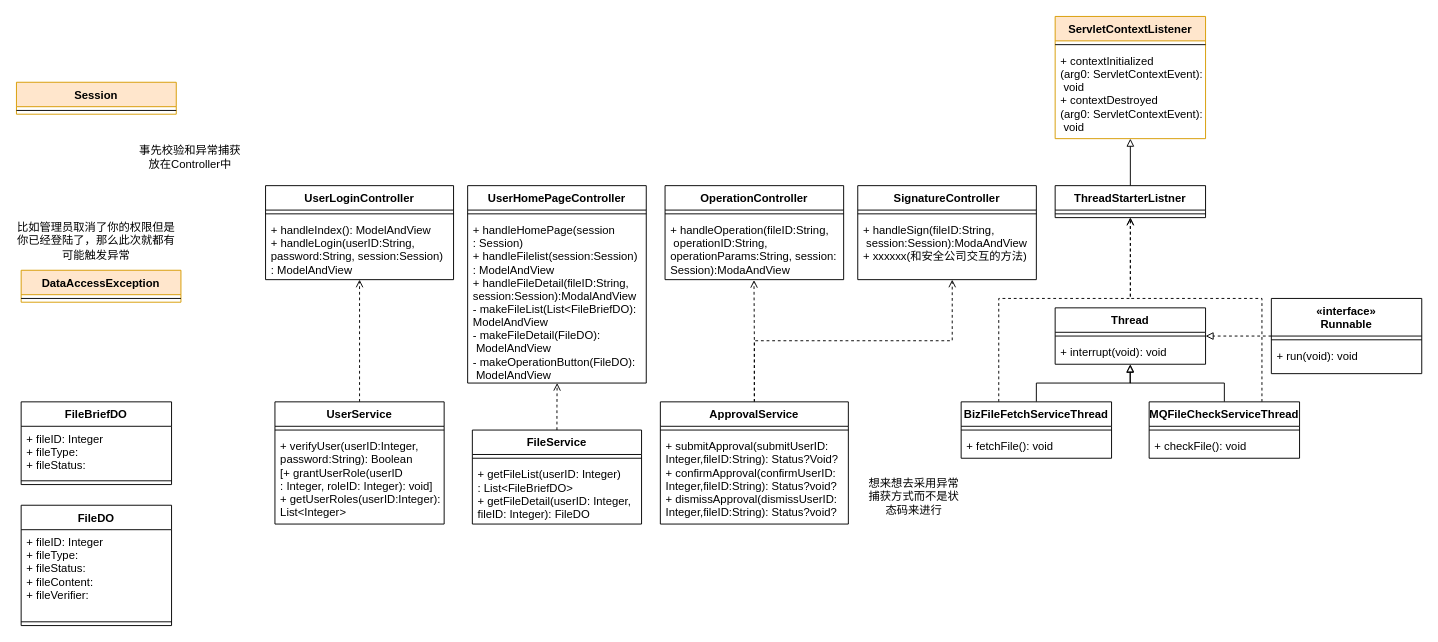
Above: 类图.drawio in CTmH/PaperlessBusiness (draw.io), before the change. Source tidied: cells renumbered, new cells numbered last; positions are measured from the earlier drawing's top-left corner, leaving out a move shared by most shapes. Both pictures are drawn from the tidied source at 94%, with x=0, y=0 at pixel (16, 16).
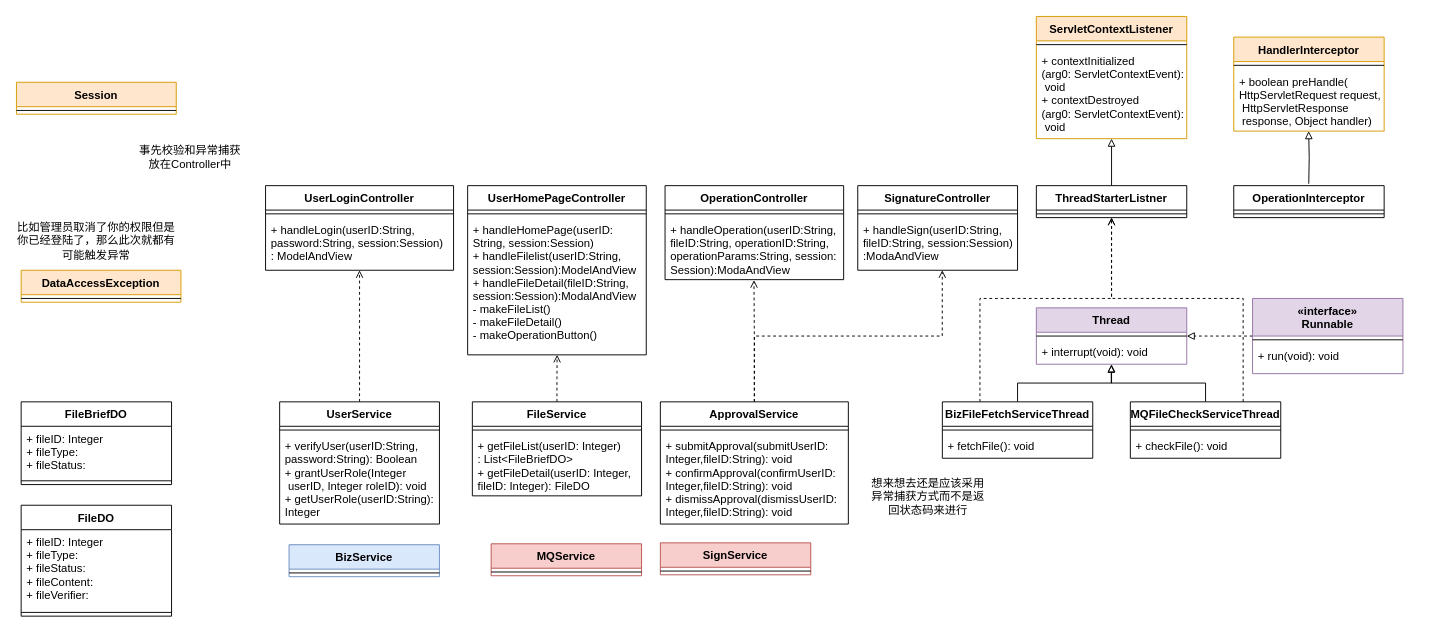
After the change.

The change refers to these unchanged cells:
```xml
<mxCell id="8" value="OperationController" style="swimlane;fontStyle=1;align=center;verticalAlign=top;horizontal=1;startSize=26;" parent="1" vertex="1">
  <mxGeometry x="690" y="180" width="190" height="100" as="geometry" />
</mxCell>
<mxCell id="35" value="ApprovalService" style="swimlane;fontStyle=1;align=center;verticalAlign=top;horizontal=1;startSize=26;" parent="1" vertex="1">
  <mxGeometry x="685" y="410" width="200" height="130" as="geometry" />
</mxCell>
```

What changed in the source:
```diff
@@
     <mxCell id="2" value="UserLoginController" style="swimlane;fontStyle=1;align=center;verticalAlign=top;horizontal=1;startSize=26;" parent="1" vertex="1">
-      <mxGeometry x="265" y="180" width="200" height="100" as="geometry" />
+      <mxGeometry x="265" y="180" width="200" height="90" as="geometry" />
     </mxCell>
@@
-    <mxCell id="4" value="+ handleIndex(): ModelAndView&#10;+ handleLogin(userID:String,&#10;password:String, session:Session)&#10;: ModelAndView" style="text;strokeColor=none;fillColor=none;align=left;verticalAlign=top;spacingLeft=4;spacingRight=4;overflow=hidden;" parent="2" vertex="1">
-      <mxGeometry y="34" width="200" height="66" as="geometry" />
+    <mxCell id="4" value="+ handleLogin(userID:String,&#10;password:String, session:Session)&#10;: ModelAndView" style="text;strokeColor=none;fillColor=none;align=left;verticalAlign=top;spacingLeft=4;spacingRight=4;overflow=hidden;" parent="2" vertex="1">
+      <mxGeometry y="34" width="200" height="56" as="geometry" />
     </mxCell>
     <mxCell id="5" value="UserHomePageController" style="swimlane;fontStyle=1;align=center;verticalAlign=top;horizontal=1;startSize=26;" parent="1" vertex="1">
-      <mxGeometry x="480" y="180" width="190" height="210" as="geometry" />
+      <mxGeometry x="480" y="180" width="190" height="180" as="geometry" />
     </mxCell>
@@
-    <mxCell id="7" value="+ handleHomePage(session&#10;: Session)&#10;+ handleFilelist(session:Session)&#10;: ModelAndView&#10;+ handleFileDetail(fileID:String,&#10;session:Session):ModalAndView&#10;- makeFileList(List&lt;FileBriefDO):&#10;ModelAndView&#10;- makeFileDetail(FileDO):&#10; ModelAndView&#10;- makeOperationButton(FileDO):&#10; ModelAndView" style="text;strokeColor=none;fillColor=none;align=left;verticalAlign=top;spacingLeft=4;spacingRight=4;overflow=hidden;points=[[0,0.5],[1,0.5]];portConstraint=eastwest;" parent="5" vertex="1">
-      <mxGeometry y="34" width="190" height="176" as="geometry" />
+    <mxCell id="7" value="+ handleHomePage(userID:&#10;String, session:Session)&#10;+ handleFilelist(userID:String,&#10;session:Session):ModelAndView&#10;+ handleFileDetail(fileID:String,&#10;session:Session):ModalAndView&#10;- makeFileList()&#10;- makeFileDetail()&#10;- makeOperationButton()" style="text;strokeColor=none;fillColor=none;align=left;verticalAlign=top;spacingLeft=4;spacingRight=4;overflow=hidden;points=[[0,0.5],[1,0.5]];portConstraint=eastwest;" parent="5" vertex="1">
+      <mxGeometry y="34" width="190" height="146" as="geometry" />
     </mxCell>
@@
-    <mxCell id="10" value="+ handleOperation(fileID:String,&#10; operationID:String,&#10;operationParams:String, session:&#10;Session):ModaAndView" style="text;strokeColor=none;fillColor=none;align=left;verticalAlign=top;spacingLeft=4;spacingRight=4;overflow=hidden;points=[[0,0.5],[1,0.5]];portConstraint=eastwest;" parent="8" vertex="1">
+    <mxCell id="10" value="+ handleOperation(userID:String,&#10;fileID:String, operationID:String,&#10;operationParams:String, session:&#10;Session):ModaAndView" style="text;strokeColor=none;fillColor=none;align=left;verticalAlign=top;spacingLeft=4;spacingRight=4;overflow=hidden;points=[[0,0.5],[1,0.5]];portConstraint=eastwest;" parent="8" vertex="1">
       <mxGeometry y="34" width="190" height="66" as="geometry" />
     </mxCell>
     <mxCell id="11" value="SignatureController" style="swimlane;fontStyle=1;align=center;verticalAlign=top;horizontal=1;startSize=26;" parent="1" vertex="1">
-      <mxGeometry x="895" y="180" width="190" height="100" as="geometry" />
+      <mxGeometry x="895" y="180" width="170" height="90" as="geometry" />
     </mxCell>
     <mxCell id="12" style="line;strokeWidth=1;fillColor=none;align=left;verticalAlign=middle;spacingTop=-1;spacingLeft=3;spacingRight=3;labelPosition=right;" parent="11" vertex="1">
-      <mxGeometry y="26" width="190" height="8" as="geometry" />
+      <mxGeometry y="26" width="170" height="8" as="geometry" />
     </mxCell>
-    <mxCell id="13" value="+ handleSign(fileID:String,&#10; session:Session):ModaAndView&#10;+ xxxxxx(和安全公司交互的方法)" style="text;strokeColor=none;fillColor=none;align=left;verticalAlign=top;spacingLeft=4;spacingRight=4;overflow=hidden;points=[[0,0.5],[1,0.5]];portConstraint=eastwest;" parent="11" vertex="1">
-      <mxGeometry y="34" width="190" height="66" as="geometry" />
+    <mxCell id="13" value="+ handleSign(userID:String,&#10;fileID:String, session:Session)&#10;:ModaAndView" style="text;strokeColor=none;fillColor=none;align=left;verticalAlign=top;spacingLeft=4;spacingRight=4;overflow=hidden;points=[[0,0.5],[1,0.5]];portConstraint=eastwest;" parent="11" vertex="1">
+      <mxGeometry y="34" width="170" height="56" as="geometry" />
     </mxCell>
@@
     <mxCell id="15" value="UserService" style="swimlane;fontStyle=1;align=center;verticalAlign=top;horizontal=1;startSize=26;" parent="1" vertex="1">
-      <mxGeometry x="275" y="410" width="180" height="130" as="geometry" />
+      <mxGeometry x="280" y="410" width="170" height="130" as="geometry" />
     </mxCell>
     <mxCell id="16" style="line;strokeWidth=1;fillColor=none;align=left;verticalAlign=middle;spacingTop=-1;spacingLeft=3;spacingRight=3;labelPosition=right;" parent="15" vertex="1">
-      <mxGeometry y="26" width="180" height="8" as="geometry" />
+      <mxGeometry y="26" width="170" height="8" as="geometry" />
     </mxCell>
-    <mxCell id="17" value="+ verifyUser(userID:Integer,&#10;password:String): Boolean&#10;[+ grantUserRole(userID&#10;: Integer, roleID: Integer): void]&#10;+ getUserRoles(userID:Integer):&#10;List&lt;Integer&gt;" style="text;strokeColor=none;fillColor=none;align=left;verticalAlign=top;spacingLeft=4;spacingRight=4;overflow=hidden;labelBackgroundColor=none;" parent="15" vertex="1">
-      <mxGeometry y="34" width="180" height="96" as="geometry" />
+    <mxCell id="17" value="+ verifyUser(userID:String,&#10;password:String): Boolean&#10;+ grantUserRole(Integer&#10; userID, Integer roleID): void&#10;+ getUserRole(userID:String):&#10;Integer" style="text;strokeColor=none;fillColor=none;align=left;verticalAlign=top;spacingLeft=4;spacingRight=4;overflow=hidden;" parent="15" vertex="1">
+      <mxGeometry y="34" width="170" height="96" as="geometry" />
     </mxCell>
     <mxCell id="18" value="FileDO" style="swimlane;fontStyle=1;align=center;verticalAlign=top;horizontal=1;startSize=26;" parent="1" vertex="1">
-      <mxGeometry x="5" y="520" width="160" height="128" as="geometry" />
+      <mxGeometry x="5" y="520" width="160" height="118" as="geometry" />
     </mxCell>
     <mxCell id="19" value="+ fileID: Integer&#10;+ fileType: &#10;+ fileStatus: &#10;+ fileContent:&#10;+ fileVerifier:" style="text;strokeColor=none;fillColor=none;align=left;verticalAlign=top;spacingLeft=4;spacingRight=4;overflow=hidden;" parent="18" vertex="1">
-      <mxGeometry y="26" width="160" height="94" as="geometry" />
+      <mxGeometry y="26" width="160" height="84" as="geometry" />
     </mxCell>
     <mxCell id="20" style="line;strokeWidth=1;fillColor=none;align=left;verticalAlign=middle;spacingTop=-1;spacingLeft=3;spacingRight=3;labelPosition=right;" parent="18" vertex="1">
-      <mxGeometry y="120" width="160" height="8" as="geometry" />
+      <mxGeometry y="110" width="160" height="8" as="geometry" />
     </mxCell>
@@
     <mxCell id="22" value="FileService" style="swimlane;fontStyle=1;align=center;verticalAlign=top;horizontal=1;startSize=26;" parent="1" vertex="1">
-      <mxGeometry x="485" y="440" width="180" height="100" as="geometry" />
+      <mxGeometry x="485" y="410" width="180" height="100" as="geometry" />
     </mxCell>
@@
     <mxCell id="29" style="edgeStyle=orthogonalEdgeStyle;rounded=0;jettySize=auto;html=1;exitX=0.25;exitY=0;exitDx=0;exitDy=0;entryX=0.5;entryY=1;entryDx=0;entryDy=0;dashed=1;endArrow=open;endFill=0;" parent="1" edge="1" source="30" target="54">
       <mxGeometry relative="1" as="geometry">
         <Array as="points">
-          <mxPoint x="1045" y="300" />
-          <mxPoint x="1185" y="300" />
+          <mxPoint x="1025" y="300" />
+          <mxPoint x="1165" y="300" />
         </Array>
       </mxGeometry>
     </mxCell>
     <mxCell id="30" value="BizFileFetchServiceThread" style="swimlane;fontStyle=1;align=center;verticalAlign=top;horizontal=1;startSize=26;" parent="1" vertex="1">
-      <mxGeometry x="1005" y="410" width="160" height="60" as="geometry" />
+      <mxGeometry x="985" y="410" width="160" height="60" as="geometry" />
     </mxCell>
@@
-    <mxCell id="37" value="+ submitApproval(submitUserID:&#10;Integer,fileID:String): Status?Void?&#10;+ confirmApproval(confirmUserID:&#10;Integer,fileID:String): Status?void?&#10;+ dismissApproval(dismissUserID:&#10;Integer,fileID:String): Status?void?" style="text;strokeColor=none;fillColor=none;align=left;verticalAlign=top;spacingLeft=4;spacingRight=4;overflow=hidden;" parent="35" vertex="1">
+    <mxCell id="37" value="+ submitApproval(submitUserID:&#10;Integer,fileID:String): void&#10;+ confirmApproval(confirmUserID:&#10;Integer,fileID:String): void&#10;+ dismissApproval(dismissUserID:&#10;Integer,fileID:String): void" style="text;strokeColor=none;fillColor=none;align=left;verticalAlign=top;spacingLeft=4;spacingRight=4;overflow=hidden;" parent="35" vertex="1">
       <mxGeometry y="34" width="200" height="96" as="geometry" />
     </mxCell>
-    <mxCell id="38" value="Thread" style="swimlane;fontStyle=1;align=center;verticalAlign=top;horizontal=1;startSize=26;" parent="1" vertex="1">
-      <mxGeometry x="1105" y="310" width="160" height="60" as="geometry" />
+    <mxCell id="38" value="Thread" style="swimlane;fontStyle=1;align=center;verticalAlign=top;horizontal=1;startSize=26;fillColor=#e1d5e7;strokeColor=#9673a6;" parent="1" vertex="1">
+      <mxGeometry x="1085" y="310" width="160" height="60" as="geometry" />
     </mxCell>
@@
     <mxCell id="43" style="edgeStyle=orthogonalEdgeStyle;rounded=0;jettySize=auto;html=1;exitX=0.75;exitY=0;exitDx=0;exitDy=0;dashed=1;endArrow=open;endFill=0;entryX=0.5;entryY=1;entryDx=0;entryDy=0;" parent="1" edge="1" source="44" target="54">
       <mxGeometry relative="1" as="geometry">
         <Array as="points">
-          <mxPoint x="1325" y="300" />
-          <mxPoint x="1185" y="300" />
+          <mxPoint x="1305" y="300" />
+          <mxPoint x="1165" y="300" />
         </Array>
       </mxGeometry>
     </mxCell>
     <mxCell id="44" value="MQFileCheckServiceThread" style="swimlane;fontStyle=1;align=center;verticalAlign=top;horizontal=1;startSize=26;" parent="1" vertex="1">
-      <mxGeometry x="1205" y="410" width="160" height="60" as="geometry" />
+      <mxGeometry x="1185" y="410" width="160" height="60" as="geometry" />
     </mxCell>
@@
-    <mxCell id="47" value="«interface»&#10;Runnable" style="swimlane;fontStyle=1;align=center;verticalAlign=top;horizontal=1;startSize=40;" parent="1" vertex="1">
-      <mxGeometry x="1335" y="300" width="160" height="80" as="geometry" />
+    <mxCell id="47" value="«interface»&#10;Runnable" style="swimlane;fontStyle=1;align=center;verticalAlign=top;horizontal=1;startSize=40;fillColor=#e1d5e7;strokeColor=#9673a6;" parent="1" vertex="1">
+      <mxGeometry x="1315" y="300" width="160" height="80" as="geometry" />
     </mxCell>
@@
     <mxCell id="50" value="ServletContextListener" style="swimlane;fontStyle=1;align=center;verticalAlign=top;horizontal=1;startSize=26;fillColor=#ffe6cc;strokeColor=#d79b00;" parent="1" vertex="1">
-      <mxGeometry x="1105" width="160" height="130" as="geometry" />
+      <mxGeometry x="1085" width="160" height="130" as="geometry" />
     </mxCell>
@@
     <mxCell id="54" value="ThreadStarterListner" style="swimlane;fontStyle=1;align=center;verticalAlign=top;horizontal=1;startSize=26;" parent="1" vertex="1">
-      <mxGeometry x="1105" y="180" width="160" height="34" as="geometry" />
+      <mxGeometry x="1085" y="180" width="160" height="34" as="geometry" />
     </mxCell>
@@
-    <mxCell id="59" value="想来想去采用异常捕获方式而不是状态码来进行" style="text;html=1;strokeColor=none;fillColor=none;align=center;verticalAlign=middle;whiteSpace=wrap;rounded=0;" parent="1" vertex="1">
-      <mxGeometry x="905" y="490" width="100" height="42" as="geometry" />
+    <mxCell id="59" value="想来想去还是应该采用异常捕获方式而不是返回状态码来进行" style="text;html=1;strokeColor=none;fillColor=none;align=center;verticalAlign=middle;whiteSpace=wrap;rounded=0;" parent="1" vertex="1">
+      <mxGeometry x="905" y="490" width="130" height="42" as="geometry" />
     </mxCell>
@@
+    <mxCell id="63" value="SignService" style="swimlane;fontStyle=1;align=center;verticalAlign=top;horizontal=1;startSize=26;fillColor=#f8cecc;strokeColor=#b85450;" parent="1" vertex="1">
+      <mxGeometry x="685" y="560" width="160" height="34" as="geometry" />
+    </mxCell>
+    <mxCell id="64" style="line;strokeWidth=1;fillColor=none;align=left;verticalAlign=middle;spacingTop=-1;spacingLeft=3;spacingRight=3;labelPosition=right;" parent="63" vertex="1">
+      <mxGeometry y="26" width="160" height="8" as="geometry" />
+    </mxCell>
+    <mxCell id="65" value="MQService" style="swimlane;fontStyle=1;align=center;verticalAlign=top;horizontal=1;startSize=26;fillColor=#f8cecc;strokeColor=#b85450;" parent="1" vertex="1">
+      <mxGeometry x="505" y="561" width="160" height="34" as="geometry" />
+    </mxCell>
+    <mxCell id="66" style="line;strokeWidth=1;fillColor=none;align=left;verticalAlign=middle;spacingTop=-1;spacingLeft=3;spacingRight=3;labelPosition=right;" parent="65" vertex="1">
+      <mxGeometry y="26" width="160" height="8" as="geometry" />
+    </mxCell>
+    <mxCell id="67" value="BizService" style="swimlane;fontStyle=1;align=center;verticalAlign=top;horizontal=1;startSize=26;fillColor=#dae8fc;strokeColor=#6c8ebf;" parent="1" vertex="1">
+      <mxGeometry x="290" y="562" width="160" height="34" as="geometry" />
+    </mxCell>
+    <mxCell id="68" style="line;strokeWidth=1;fillColor=none;align=left;verticalAlign=middle;spacingTop=-1;spacingLeft=3;spacingRight=3;labelPosition=right;" parent="67" vertex="1">
+      <mxGeometry y="26" width="160" height="8" as="geometry" />
+    </mxCell>
+    <mxCell id="69" value="OperationInterceptor" style="swimlane;fontStyle=1;align=center;verticalAlign=top;horizontal=1;startSize=26;" parent="1" vertex="1">
+      <mxGeometry x="1295" y="180" width="160" height="34" as="geometry" />
+    </mxCell>
+    <mxCell id="70" style="line;strokeWidth=1;fillColor=none;align=left;verticalAlign=middle;spacingTop=-1;spacingLeft=3;spacingRight=3;labelPosition=right;" parent="69" vertex="1">
+      <mxGeometry y="26" width="160" height="8" as="geometry" />
+    </mxCell>
+    <mxCell id="71" value="HandlerInterceptor" style="swimlane;fontStyle=1;align=center;verticalAlign=top;horizontal=1;startSize=26;fillColor=#ffe6cc;strokeColor=#d79b00;" parent="1" vertex="1">
+      <mxGeometry x="1295" y="22" width="160" height="100" as="geometry" />
+    </mxCell>
+    <mxCell id="72" style="line;strokeWidth=1;fillColor=none;align=left;verticalAlign=middle;spacingTop=-1;spacingLeft=3;spacingRight=3;labelPosition=right;" parent="71" vertex="1">
+      <mxGeometry y="26" width="160" height="8" as="geometry" />
+    </mxCell>
+    <mxCell id="73" value="+ boolean preHandle(&#10;HttpServletRequest request,&#10; HttpServletResponse&#10; response, Object handler)" style="text;strokeColor=none;fillColor=none;align=left;verticalAlign=top;spacingLeft=4;spacingRight=4;overflow=hidden;points=[[0,0.5],[1,0.5]];portConstraint=eastwest;" parent="71" vertex="1">
+      <mxGeometry y="34" width="160" height="66" as="geometry" />
+    </mxCell>
+    <mxCell id="74" style="edgeStyle=orthogonalEdgeStyle;rounded=0;jettySize=auto;html=1;exitX=0.5;exitY=0;exitDx=0;exitDy=0;endArrow=block;endFill=0;entryX=0.498;entryY=1;entryDx=0;entryDy=0;entryPerimeter=0;" parent="1" edge="1" target="73">
+      <mxGeometry relative="1" as="geometry">
+        <mxPoint x="1374.8" y="178" as="sourcePoint" />
+      </mxGeometry>
+    </mxCell>
```
